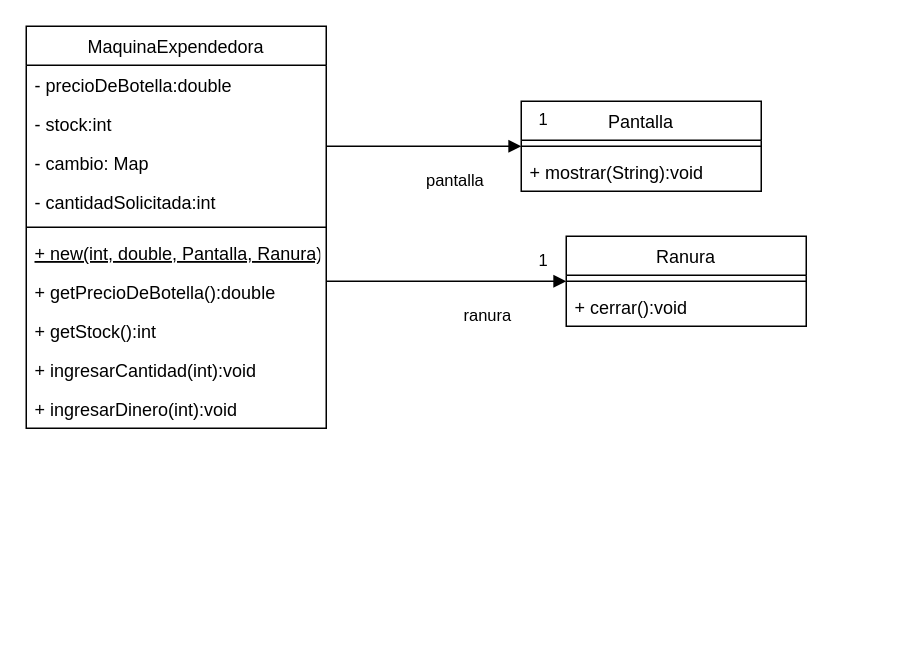
Earlier version of the draw.io diagram unq-po2-state-maquinaExpendedora.drawio (nhubczyk/Diagramas-UML). Source tidied: cells renumbered, new cells numbered last; positions are measured from the earlier drawing's top-left corner, leaving out a move shared by most shapes. Both pictures are drawn from the tidied source at 150%, with x=0, y=0 at pixel (26, 26).
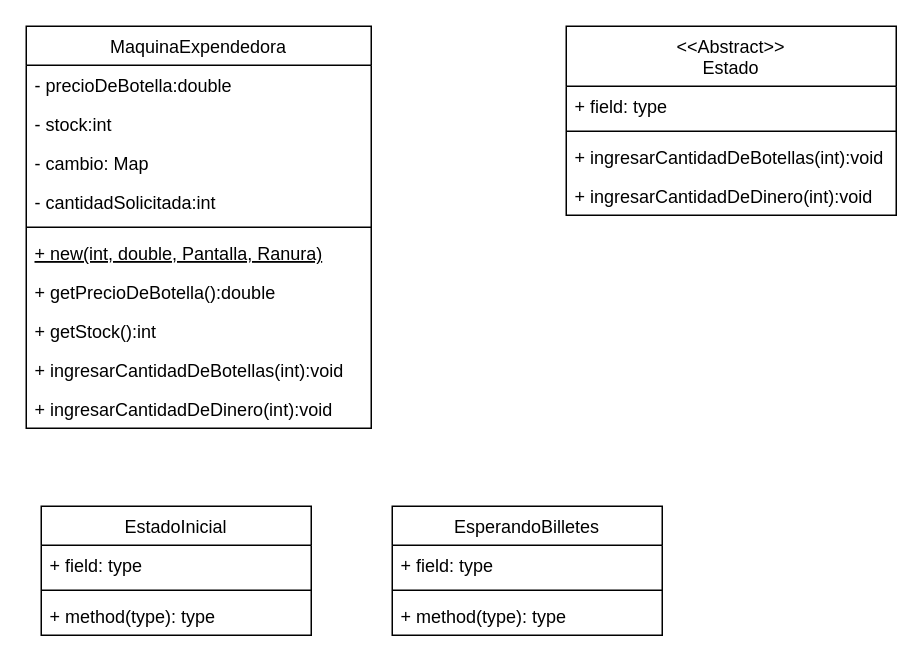
After the change.

The edit, as a diff of the source:
```diff
@@
     <mxCell id="2" value="MaquinaExpendedora" style="swimlane;fontStyle=0;align=center;verticalAlign=top;horizontal=1;startSize=26;" parent="1" vertex="1">
-      <mxGeometry width="200" height="268" as="geometry" />
+      <mxGeometry width="230" height="268" as="geometry" />
     </mxCell>
     <mxCell id="3" value="- precioDeBotella:double" style="text;strokeColor=none;fillColor=none;align=left;verticalAlign=top;spacingLeft=4;spacingRight=4;overflow=hidden;" parent="2" vertex="1">
-      <mxGeometry y="26" width="200" height="26" as="geometry" />
+      <mxGeometry y="26" width="230" height="26" as="geometry" />
     </mxCell>
     <mxCell id="4" value="- stock:int" style="text;strokeColor=none;fillColor=none;align=left;verticalAlign=top;spacingLeft=4;spacingRight=4;overflow=hidden;" parent="2" vertex="1">
-      <mxGeometry y="52" width="200" height="26" as="geometry" />
+      <mxGeometry y="52" width="230" height="26" as="geometry" />
     </mxCell>
     <mxCell id="5" value="- cambio: Map" style="text;strokeColor=none;fillColor=none;align=left;verticalAlign=top;spacingLeft=4;spacingRight=4;overflow=hidden;" parent="2" vertex="1">
-      <mxGeometry y="78" width="200" height="26" as="geometry" />
+      <mxGeometry y="78" width="230" height="26" as="geometry" />
     </mxCell>
     <mxCell id="6" value="- cantidadSolicitada:int" style="text;strokeColor=none;fillColor=none;align=left;verticalAlign=top;spacingLeft=4;spacingRight=4;overflow=hidden;" parent="2" vertex="1">
-      <mxGeometry y="104" width="200" height="26" as="geometry" />
+      <mxGeometry y="104" width="230" height="26" as="geometry" />
     </mxCell>
     <mxCell id="7" style="line;strokeWidth=1;fillColor=none;align=left;verticalAlign=middle;spacingTop=-1;spacingLeft=3;spacingRight=3;labelPosition=right;strokeColor=inherit;" parent="2" vertex="1">
-      <mxGeometry y="130" width="200" height="8" as="geometry" />
+      <mxGeometry y="130" width="230" height="8" as="geometry" />
     </mxCell>
     <mxCell id="8" value="+ new(int, double, Pantalla, Ranura)" style="text;strokeColor=none;fillColor=none;align=left;verticalAlign=top;spacingLeft=4;spacingRight=4;overflow=hidden;fontStyle=4;" parent="2" vertex="1">
-      <mxGeometry y="138" width="200" height="26" as="geometry" />
+      <mxGeometry y="138" width="230" height="26" as="geometry" />
     </mxCell>
     <mxCell id="9" value="+ getPrecioDeBotella():double" style="text;strokeColor=none;fillColor=none;align=left;verticalAlign=top;spacingLeft=4;spacingRight=4;overflow=hidden;" parent="2" vertex="1">
-      <mxGeometry y="164" width="200" height="26" as="geometry" />
+      <mxGeometry y="164" width="230" height="26" as="geometry" />
     </mxCell>
     <mxCell id="10" value="+ getStock():int" style="text;strokeColor=none;fillColor=none;align=left;verticalAlign=top;spacingLeft=4;spacingRight=4;overflow=hidden;" parent="2" vertex="1">
-      <mxGeometry y="190" width="200" height="26" as="geometry" />
+      <mxGeometry y="190" width="230" height="26" as="geometry" />
     </mxCell>
-    <mxCell id="11" value="+ ingresarCantidad(int):void" style="text;strokeColor=none;fillColor=none;align=left;verticalAlign=top;spacingLeft=4;spacingRight=4;overflow=hidden;" parent="2" vertex="1">
-      <mxGeometry y="216" width="200" height="26" as="geometry" />
+    <mxCell id="11" value="+ ingresarCantidadDeBotellas(int):void" style="text;strokeColor=none;fillColor=none;align=left;verticalAlign=top;spacingLeft=4;spacingRight=4;overflow=hidden;" parent="2" vertex="1">
+      <mxGeometry y="216" width="230" height="26" as="geometry" />
     </mxCell>
-    <mxCell id="12" value="+ ingresarDinero(int):void" style="text;strokeColor=none;fillColor=none;align=left;verticalAlign=top;spacingLeft=4;spacingRight=4;overflow=hidden;" parent="2" vertex="1">
-      <mxGeometry y="242" width="200" height="26" as="geometry" />
+    <mxCell id="12" value="+ ingresarCantidadDeDinero(int):void" style="text;strokeColor=none;fillColor=none;align=left;verticalAlign=top;spacingLeft=4;spacingRight=4;overflow=hidden;" parent="2" vertex="1">
+      <mxGeometry y="242" width="230" height="26" as="geometry" />
     </mxCell>
-    <mxCell id="13" value="Pantalla" style="swimlane;fontStyle=0;align=center;verticalAlign=top;horizontal=1;startSize=26;" parent="1" vertex="1">
-      <mxGeometry x="330" y="50" width="160" height="60" as="geometry" />
-    </mxCell>
-    <mxCell id="14" style="line;strokeWidth=1;fillColor=none;align=left;verticalAlign=middle;spacingTop=-1;spacingLeft=3;spacingRight=3;labelPosition=right;strokeColor=inherit;" parent="13" vertex="1">
-      <mxGeometry y="26" width="160" height="8" as="geometry" />
-    </mxCell>
-    <mxCell id="15" value="+ mostrar(String):void" style="text;strokeColor=none;fillColor=none;align=left;verticalAlign=top;spacingLeft=4;spacingRight=4;overflow=hidden;" parent="13" vertex="1">
-      <mxGeometry y="34" width="160" height="26" as="geometry" />
-    </mxCell>
-    <mxCell id="16" value="pantalla" style="endArrow=block;endFill=1;html=1;edgeStyle=orthogonalEdgeStyle;align=left;verticalAlign=top;rounded=0;" parent="1" edge="1">
-      <mxGeometry y="-10" relative="1" as="geometry">
-        <mxPoint x="200" y="80" as="sourcePoint" />
-        <mxPoint x="330" y="80" as="targetPoint" />
-      </mxGeometry>
-    </mxCell>
-    <mxCell id="17" value="1" style="edgeLabel;html=1;align=left;verticalAlign=bottom;" parent="16" vertex="1">
-      <mxGeometry x="-1" relative="1" as="geometry">
-        <mxPoint x="140" y="-10" as="offset" />
-      </mxGeometry>
-    </mxCell>
-    <mxCell id="18" value="Ranura" style="swimlane;fontStyle=0;align=center;verticalAlign=top;horizontal=1;startSize=26;" parent="1" vertex="1">
-      <mxGeometry x="360" y="140" width="160" height="60" as="geometry" />
-    </mxCell>
-    <mxCell id="19" style="line;strokeWidth=1;fillColor=none;align=left;verticalAlign=middle;spacingTop=-1;spacingLeft=3;spacingRight=3;labelPosition=right;strokeColor=inherit;" parent="18" vertex="1">
-      <mxGeometry y="26" width="160" height="8" as="geometry" />
-    </mxCell>
-    <mxCell id="20" value="+ cerrar():void" style="text;strokeColor=none;fillColor=none;align=left;verticalAlign=top;spacingLeft=4;spacingRight=4;overflow=hidden;" parent="18" vertex="1">
-      <mxGeometry y="34" width="160" height="26" as="geometry" />
-    </mxCell>
-    <mxCell id="21" value="ranura" style="endArrow=block;endFill=1;html=1;edgeStyle=orthogonalEdgeStyle;align=left;verticalAlign=top;rounded=0;" parent="1" edge="1">
-      <mxGeometry x="0.12" y="-10" relative="1" as="geometry">
-        <mxPoint x="200" y="170" as="sourcePoint" />
-        <mxPoint x="360" y="170" as="targetPoint" />
-      </mxGeometry>
-    </mxCell>
-    <mxCell id="22" value="1" style="edgeLabel;html=1;align=left;verticalAlign=bottom;" parent="21" vertex="1">
-      <mxGeometry x="-1" relative="1" as="geometry">
-        <mxPoint x="140" y="-6" as="offset" />
-      </mxGeometry>
-    </mxCell>
+    <mxCell id="23" value="EstadoInicial" style="swimlane;fontStyle=0;align=center;verticalAlign=top;horizontal=1;startSize=26;" parent="1" vertex="1">
+      <mxGeometry x="10" y="320" width="180" height="86" as="geometry" />
+    </mxCell>
+    <mxCell id="24" value="+ field: type" style="text;strokeColor=none;fillColor=none;align=left;verticalAlign=top;spacingLeft=4;spacingRight=4;overflow=hidden;" parent="23" vertex="1">
+      <mxGeometry y="26" width="180" height="26" as="geometry" />
+    </mxCell>
+    <mxCell id="25" style="line;strokeWidth=1;fillColor=none;align=left;verticalAlign=middle;spacingTop=-1;spacingLeft=3;spacingRight=3;labelPosition=right;strokeColor=inherit;" parent="23" vertex="1">
+      <mxGeometry y="52" width="180" height="8" as="geometry" />
+    </mxCell>
+    <mxCell id="26" value="+ method(type): type" style="text;strokeColor=none;fillColor=none;align=left;verticalAlign=top;spacingLeft=4;spacingRight=4;overflow=hidden;" parent="23" vertex="1">
+      <mxGeometry y="60" width="180" height="26" as="geometry" />
+    </mxCell>
+    <mxCell id="27" value="EsperandoBilletes" style="swimlane;fontStyle=0;align=center;verticalAlign=top;horizontal=1;startSize=26;" parent="1" vertex="1">
+      <mxGeometry x="244" y="320" width="180" height="86" as="geometry" />
+    </mxCell>
+    <mxCell id="28" value="+ field: type" style="text;strokeColor=none;fillColor=none;align=left;verticalAlign=top;spacingLeft=4;spacingRight=4;overflow=hidden;" parent="27" vertex="1">
+      <mxGeometry y="26" width="180" height="26" as="geometry" />
+    </mxCell>
+    <mxCell id="29" style="line;strokeWidth=1;fillColor=none;align=left;verticalAlign=middle;spacingTop=-1;spacingLeft=3;spacingRight=3;labelPosition=right;strokeColor=inherit;" parent="27" vertex="1">
+      <mxGeometry y="52" width="180" height="8" as="geometry" />
+    </mxCell>
+    <mxCell id="30" value="+ method(type): type" style="text;strokeColor=none;fillColor=none;align=left;verticalAlign=top;spacingLeft=4;spacingRight=4;overflow=hidden;" parent="27" vertex="1">
+      <mxGeometry y="60" width="180" height="26" as="geometry" />
+    </mxCell>
+    <mxCell id="31" value="&lt;&lt;Abstract&gt;&gt;&#10;Estado" style="swimlane;fontStyle=0;align=center;verticalAlign=top;horizontal=1;startSize=40;" parent="1" vertex="1">
+      <mxGeometry x="360" width="220" height="126" as="geometry" />
+    </mxCell>
+    <mxCell id="32" value="+ field: type" style="text;strokeColor=none;fillColor=none;align=left;verticalAlign=top;spacingLeft=4;spacingRight=4;overflow=hidden;" parent="31" vertex="1">
+      <mxGeometry y="40" width="220" height="26" as="geometry" />
+    </mxCell>
+    <mxCell id="33" style="line;strokeWidth=1;fillColor=none;align=left;verticalAlign=middle;spacingTop=-1;spacingLeft=3;spacingRight=3;labelPosition=right;strokeColor=inherit;" parent="31" vertex="1">
+      <mxGeometry y="66" width="220" height="8" as="geometry" />
+    </mxCell>
+    <mxCell id="34" value="+ ingresarCantidadDeBotellas(int):void" style="text;strokeColor=none;fillColor=none;align=left;verticalAlign=top;spacingLeft=4;spacingRight=4;overflow=hidden;" parent="31" vertex="1">
+      <mxGeometry y="74" width="220" height="26" as="geometry" />
+    </mxCell>
+    <mxCell id="35" value="+ ingresarCantidadDeDinero(int):void" style="text;strokeColor=none;fillColor=none;align=left;verticalAlign=top;spacingLeft=4;spacingRight=4;overflow=hidden;" parent="31" vertex="1">
+      <mxGeometry y="100" width="220" height="26" as="geometry" />
+    </mxCell>
```
